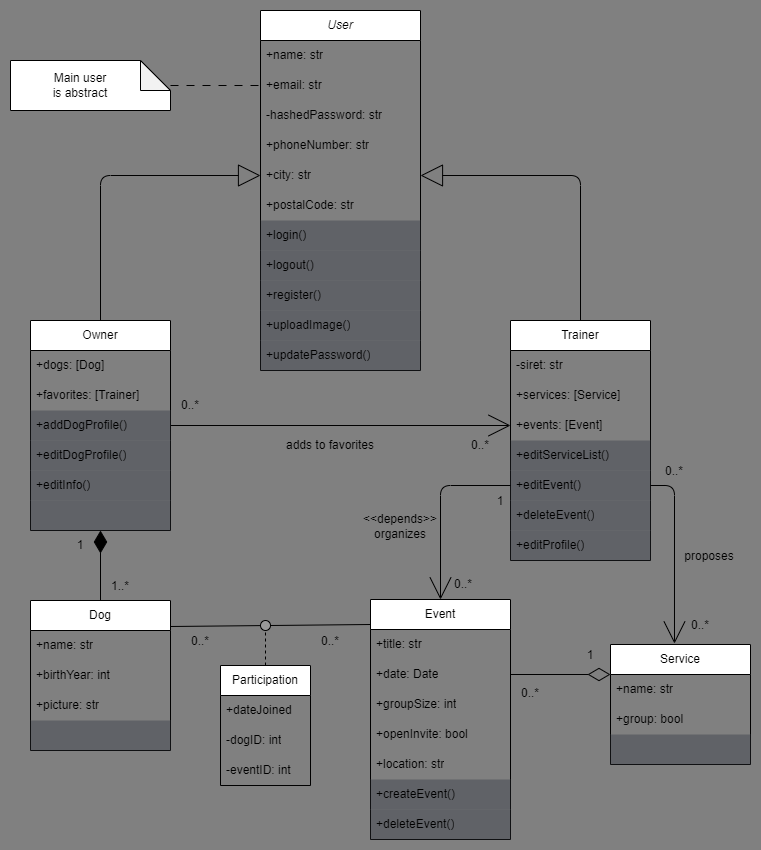
Earlier version of the draw.io export _ressources/UML diagrams/class.drawio.png (WildCodeSchool/cdajs-2405-projet-la-meute). Source tidied: cells renumbered, new cells last; positions are measured from the earlier drawing's top-left corner, leaving out a move shared by most shapes.
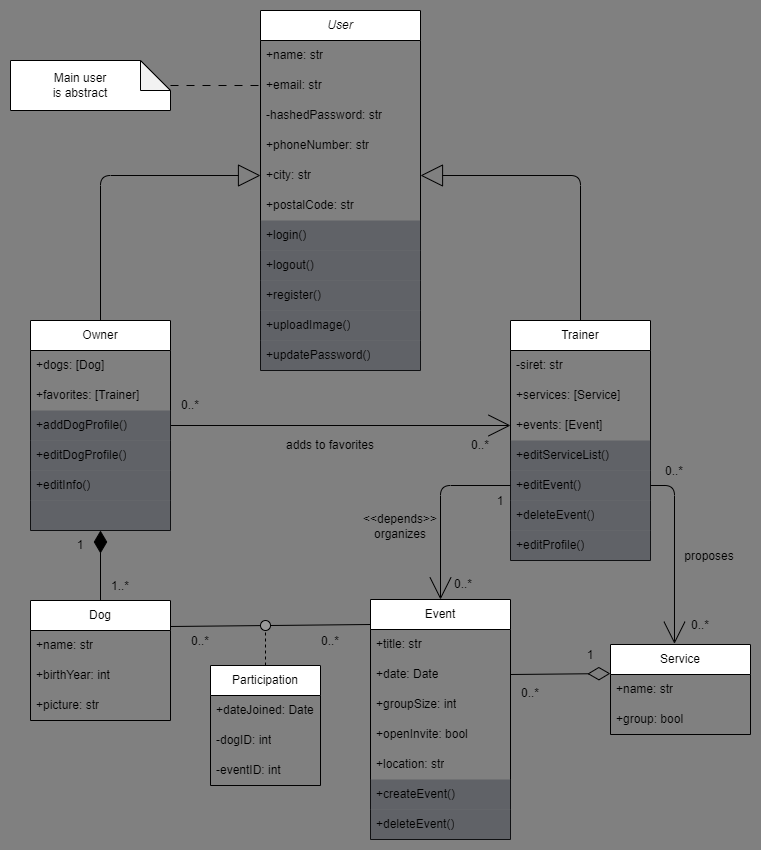
The same diagram one commit later.

Commit message:
class edited after louis feedback

Diff of the diagram source:
```diff
@@ -96,7 +96,7 @@
       <mxGeometry relative="1" as="geometry" />
     </mxCell>
     <mxCell id="33" value="Dog" style="swimlane;fontStyle=0;horizontal=1;startSize=30;whiteSpace=wrap;html=1;" parent="1" vertex="1">
-      <mxGeometry x="20" y="590" width="140" height="150" as="geometry" />
+      <mxGeometry x="20" y="590" width="140" height="120" as="geometry" />
     </mxCell>
     <mxCell id="34" value="+name: str" style="text;strokeColor=none;fillColor=none;align=left;verticalAlign=middle;spacingLeft=4;spacingRight=4;overflow=hidden;whiteSpace=wrap;html=1;" parent="33" vertex="1">
       <mxGeometry y="30" width="140" height="30" as="geometry" />
@@ -107,14 +107,11 @@
     <mxCell id="36" value="+picture: str" style="text;strokeColor=none;fillColor=none;align=left;verticalAlign=middle;spacingLeft=4;spacingRight=4;overflow=hidden;whiteSpace=wrap;html=1;" parent="33" vertex="1">
       <mxGeometry y="90" width="140" height="30" as="geometry" />
     </mxCell>
-    <mxCell id="37" style="text;align=left;verticalAlign=middle;spacingLeft=4;spacingRight=4;overflow=hidden;whiteSpace=wrap;html=1;dashed=1;perimeterSpacing=0;fillColor=#40444D;strokeColor=none;fillStyle=solid;opacity=50;rounded=0;glass=0;shadow=0;" parent="33" vertex="1">
-      <mxGeometry y="120" width="140" height="30" as="geometry" />
-    </mxCell>
     <mxCell id="38" style="edgeStyle=orthogonalEdgeStyle;html=1;entryX=1;entryY=0.5;entryDx=0;entryDy=0;strokeWidth=1;endArrow=none;endFill=0;endSize=20;startArrow=open;startFill=0;startSize=20;exitX=0.457;exitY=-0.008;exitDx=0;exitDy=0;exitPerimeter=0;" parent="1" edge="1" source="39" target="20">
       <mxGeometry relative="1" as="geometry" />
     </mxCell>
     <mxCell id="39" value="Service" style="swimlane;fontStyle=0;horizontal=1;startSize=30;whiteSpace=wrap;html=1;" parent="1" vertex="1">
-      <mxGeometry x="600" y="634" width="140" height="120" as="geometry" />
+      <mxGeometry x="600" y="634" width="140" height="90" as="geometry" />
     </mxCell>
     <mxCell id="40" value="+name: str" style="text;strokeColor=none;fillColor=none;align=left;verticalAlign=middle;spacingLeft=4;spacingRight=4;overflow=hidden;points=[[0,0.5],[1,0.5]];portConstraint=eastwest;whiteSpace=wrap;html=1;" parent="39" vertex="1">
       <mxGeometry y="30" width="140" height="30" as="geometry" />
@@ -122,13 +119,10 @@
     <mxCell id="41" value="+group: bool" style="text;strokeColor=none;fillColor=none;align=left;verticalAlign=middle;spacingLeft=4;spacingRight=4;overflow=hidden;whiteSpace=wrap;html=1;" parent="39" vertex="1">
       <mxGeometry y="60" width="140" height="30" as="geometry" />
     </mxCell>
-    <mxCell id="42" style="text;align=left;verticalAlign=middle;spacingLeft=4;spacingRight=4;overflow=hidden;whiteSpace=wrap;html=1;dashed=1;perimeterSpacing=0;fillColor=#40444D;strokeColor=none;fillStyle=solid;opacity=50;rounded=0;glass=0;shadow=0;" parent="39" vertex="1">
-      <mxGeometry y="90" width="140" height="30" as="geometry" />
-    </mxCell>
     <mxCell id="43" style="html=1;entryX=0;entryY=0.5;entryDx=0;entryDy=0;strokeWidth=1;endArrow=none;endFill=0;endSize=20;startArrow=open;startFill=0;startSize=20;exitX=0.5;exitY=0;exitDx=0;exitDy=0;edgeStyle=orthogonalEdgeStyle;" parent="1" edge="1" source="45" target="20">
       <mxGeometry relative="1" as="geometry" />
     </mxCell>
-    <mxCell id="44" style="edgeStyle=none;html=1;strokeWidth=1;endArrow=diamondThin;endFill=0;endSize=20;entryX=0;entryY=0.25;entryDx=0;entryDy=0;exitX=1;exitY=0.5;exitDx=0;exitDy=0;startSize=20;" parent="1" edge="1" source="47" target="39">
+    <mxCell id="44" style="edgeStyle=none;html=1;strokeWidth=1;endArrow=diamondThin;endFill=0;endSize=20;entryX=-0.001;entryY=-0.031;entryDx=0;entryDy=0;exitX=1;exitY=0.5;exitDx=0;exitDy=0;startSize=20;entryPerimeter=0;" parent="1" edge="1" source="47" target="40">
       <mxGeometry relative="1" as="geometry" />
     </mxCell>
     <mxCell id="45" value="Event" style="swimlane;fontStyle=0;horizontal=1;startSize=30;whiteSpace=wrap;html=1;" parent="1" vertex="1">
@@ -209,16 +203,16 @@
       </mxGeometry>
     </mxCell>
     <mxCell id="70" value="Participation" style="swimlane;fontStyle=0;horizontal=1;startSize=30;whiteSpace=wrap;html=1;" parent="1" vertex="1">
-      <mxGeometry x="210" y="655" width="90" height="120" as="geometry" />
+      <mxGeometry x="200" y="655" width="110" height="120" as="geometry" />
     </mxCell>
-    <mxCell id="71" value="+dateJoined" style="text;strokeColor=none;fillColor=none;align=left;verticalAlign=middle;spacingLeft=4;spacingRight=4;overflow=hidden;whiteSpace=wrap;html=1;" parent="70" vertex="1">
-      <mxGeometry y="30" width="90" height="30" as="geometry" />
+    <mxCell id="71" value="+dateJoined: Date" style="text;strokeColor=none;fillColor=none;align=left;verticalAlign=middle;spacingLeft=4;spacingRight=4;overflow=hidden;whiteSpace=wrap;html=1;" parent="70" vertex="1">
+      <mxGeometry y="30" width="110" height="30" as="geometry" />
     </mxCell>
     <mxCell id="72" value="-dogID: int" style="text;strokeColor=none;fillColor=none;align=left;verticalAlign=middle;spacingLeft=4;spacingRight=4;overflow=hidden;whiteSpace=wrap;html=1;" parent="70" vertex="1">
-      <mxGeometry y="60" width="90" height="30" as="geometry" />
+      <mxGeometry y="60" width="110" height="30" as="geometry" />
     </mxCell>
     <mxCell id="73" value="-eventID: int" style="text;strokeColor=none;fillColor=none;align=left;verticalAlign=middle;spacingLeft=4;spacingRight=4;overflow=hidden;whiteSpace=wrap;html=1;" parent="70" vertex="1">
-      <mxGeometry y="90" width="90" height="30" as="geometry" />
+      <mxGeometry y="90" width="110" height="30" as="geometry" />
     </mxCell>
     <mxCell id="74" style="edgeStyle=none;html=1;entryX=0;entryY=0;entryDx=0;entryDy=0;strokeWidth=1;startArrow=none;startFill=0;endArrow=none;endFill=0;startSize=20;endSize=20;" parent="1" edge="1" target="75">
       <mxGeometry relative="1" as="geometry">
```
